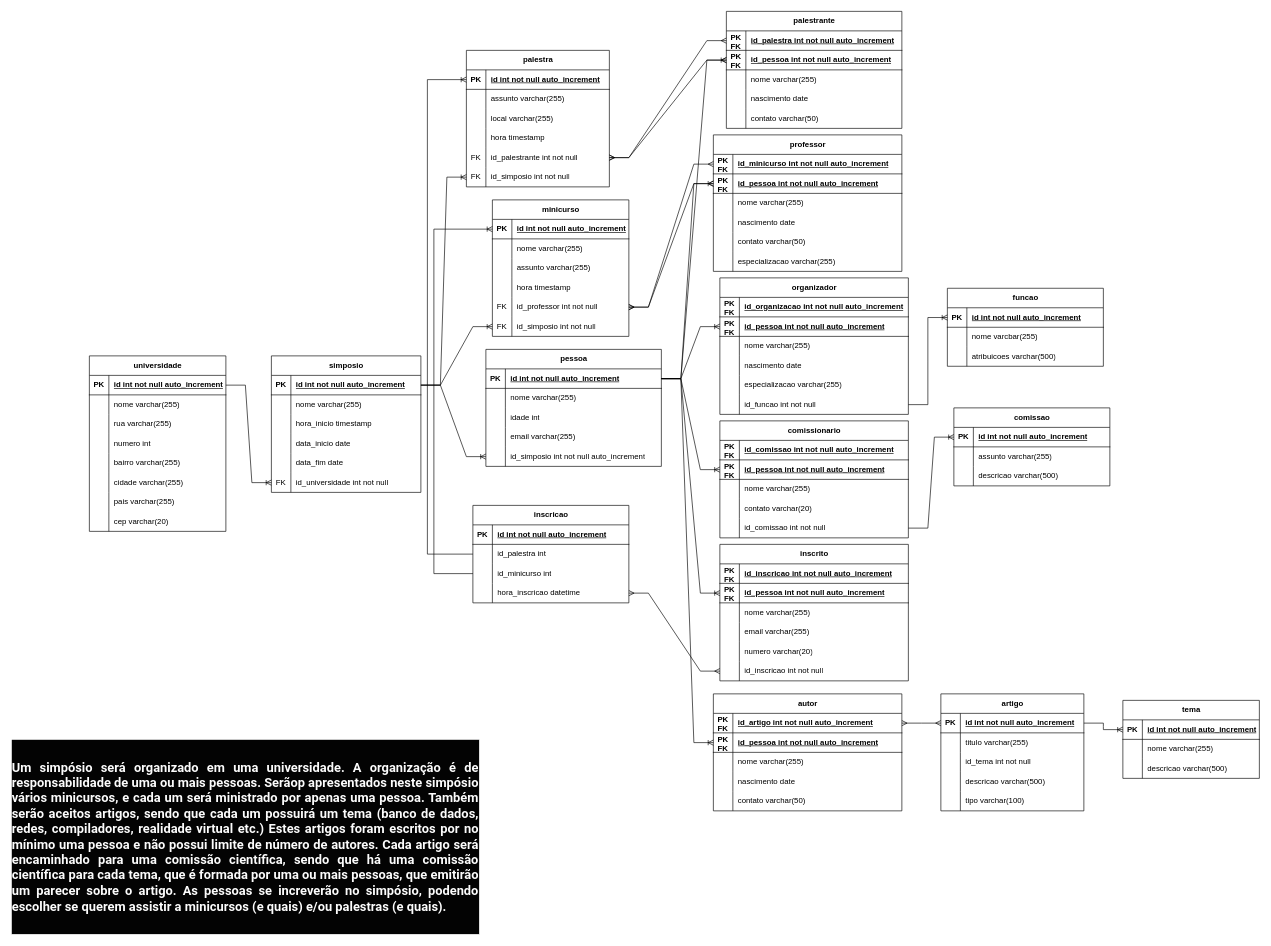
This is Diagramas/Atividades/simposio.drawio from samueldelorenzi/BancoDeDadosI, a draw.io file, before an edit. Source tidied: cells renumbered, new cells numbered last; positions are measured from the earlier drawing's top-left corner, leaving out a move shared by most shapes. Both pictures are drawn from the tidied source at 65%, with x=0, y=0 at pixel (11, 11).
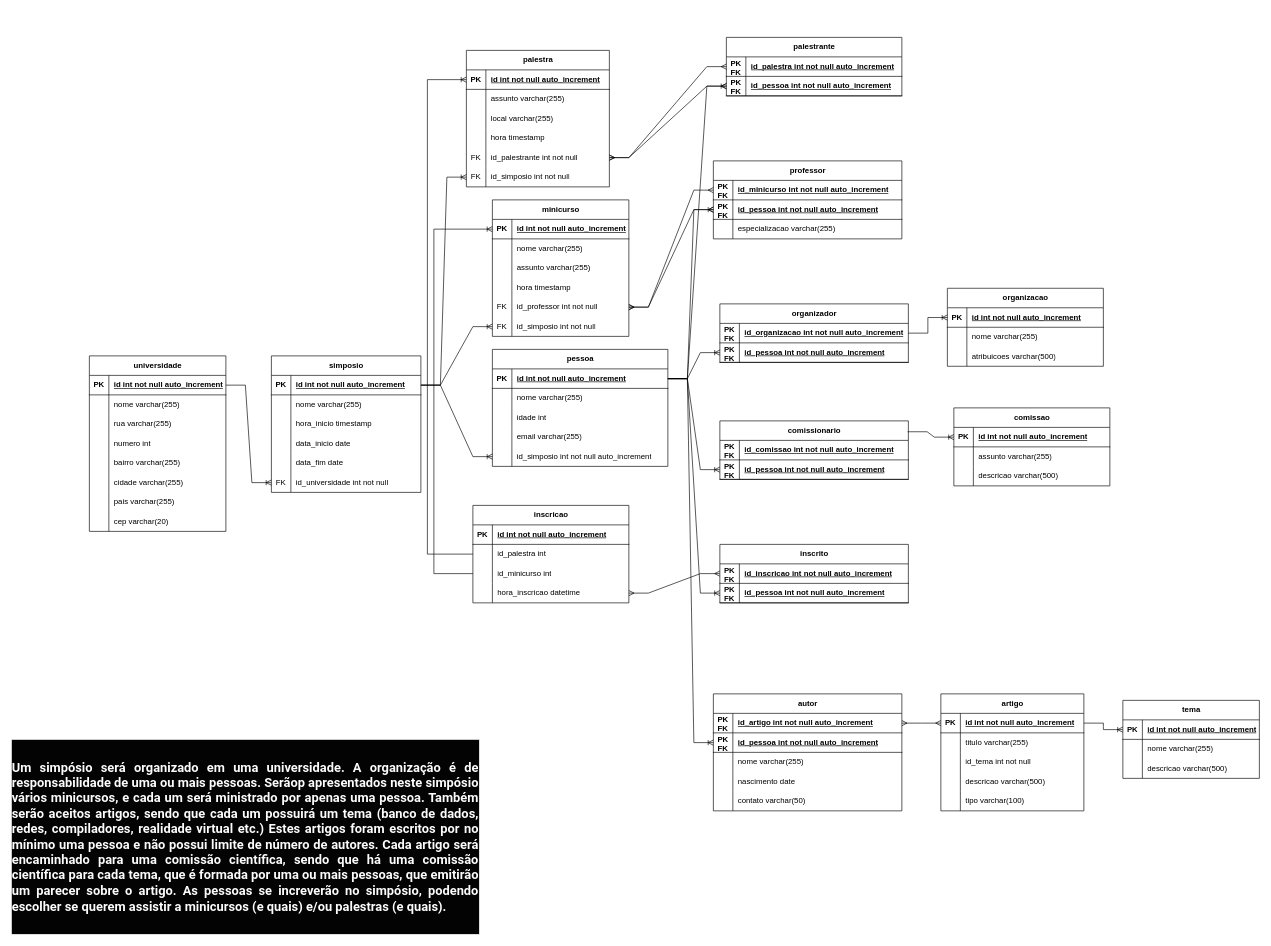
Above is the later version.

The change refers to these unchanged cells:
```xml
<mxCell id="3" style="shape=tableRow;horizontal=0;startSize=0;swimlaneHead=0;swimlaneBody=0;fillColor=none;points=[[0,0.5],[1,0.5]];portConstraint=eastwest;top=0;left=0;right=0;bottom=1;" parent="2" vertex="1">
  <mxGeometry y="30" width="240" height="30" as="geometry" />
</mxCell>
<mxCell id="105" style="shape=tableRow;horizontal=0;startSize=0;swimlaneHead=0;swimlaneBody=0;fillColor=none;points=[[0,0.5],[1,0.5]];portConstraint=eastwest;top=0;left=0;right=0;bottom=0;" parent="95" vertex="1">
  <mxGeometry y="120" width="240" height="30" as="geometry" />
</mxCell>
<mxCell id="186" style="shape=tableRow;horizontal=0;startSize=0;swimlaneHead=0;swimlaneBody=0;fillColor=none;points=[[0,0.5],[1,0.5]];portConstraint=eastwest;top=0;left=0;right=0;bottom=1;" parent="185" vertex="1">
  <mxGeometry y="30" width="290" height="30" as="geometry" />
</mxCell>
<mxCell id="221" style="shape=tableRow;horizontal=0;startSize=0;swimlaneHead=0;swimlaneBody=0;fillColor=none;points=[[0,0.5],[1,0.5]];portConstraint=eastwest;top=0;left=0;right=0;bottom=1;" parent="220" vertex="1">
  <mxGeometry y="30" width="290" height="30" as="geometry" />
</mxCell>
<mxCell id="276" style="shape=tableRow;horizontal=0;startSize=0;swimlaneHead=0;swimlaneBody=0;fillColor=none;points=[[0,0.5],[1,0.5]];portConstraint=eastwest;top=0;left=0;right=0;bottom=1;" parent="275" vertex="1">
  <mxGeometry y="30" width="240" height="30" as="geometry" />
</mxCell>
<mxCell id="279" style="shape=tableRow;horizontal=0;startSize=0;swimlaneHead=0;swimlaneBody=0;fillColor=none;top=0;left=0;right=0;bottom=0;" parent="275" vertex="1">
  <mxGeometry y="60" width="240" height="30" as="geometry" />
</mxCell>
```

Diff of the diagram source:
```diff
@@
     <mxCell id="134" value="pessoa" style="shape=table;startSize=30;childLayout=tableLayout;rowLines=0;fontStyle=1;align=center;html=1;" parent="1" vertex="1">
-      <mxGeometry x="730" y="520" width="270" height="180" as="geometry" />
+      <mxGeometry x="740" y="520" width="270" height="180" as="geometry" />
     </mxCell>
@@
     <mxCell id="150" value="palestrante" style="shape=table;startSize=30;childLayout=tableLayout;rowLines=0;fontStyle=1;align=center;html=1;" parent="1" vertex="1">
-      <mxGeometry x="1100" width="270" height="180" as="geometry" />
+      <mxGeometry x="1100" y="40" width="270" height="90" as="geometry" />
     </mxCell>
@@
-    <mxCell id="157" style="shape=tableRow;horizontal=0;startSize=0;swimlaneHead=0;swimlaneBody=0;fillColor=none;top=0;left=0;right=0;bottom=0;" parent="150" vertex="1">
-      <mxGeometry y="90" width="270" height="30" as="geometry" />
-    </mxCell>
-    <mxCell id="158" style="shape=partialRectangle;fillColor=none;top=0;left=0;bottom=0;right=0;overflow=hidden;whiteSpace=wrap;html=1;" parent="157" vertex="1">
-      <mxGeometry width="30" height="30" as="geometry" />
-    </mxCell>
-    <mxCell id="159" value="nome varchar(255)" style="shape=partialRectangle;fillColor=none;top=0;left=0;bottom=0;right=0;align=left;spacingLeft=6;overflow=hidden;whiteSpace=wrap;html=1;" parent="157" vertex="1">
-      <mxGeometry x="30" width="240" height="30" as="geometry" />
-    </mxCell>
-    <mxCell id="160" style="shape=tableRow;horizontal=0;startSize=0;swimlaneHead=0;swimlaneBody=0;fillColor=none;top=0;left=0;right=0;bottom=0;" parent="150" vertex="1">
-      <mxGeometry y="120" width="270" height="30" as="geometry" />
-    </mxCell>
-    <mxCell id="161" style="shape=partialRectangle;fillColor=none;top=0;left=0;bottom=0;right=0;overflow=hidden;whiteSpace=wrap;html=1;" parent="160" vertex="1">
-      <mxGeometry width="30" height="30" as="geometry" />
-    </mxCell>
-    <mxCell id="162" value="nascimento date" style="shape=partialRectangle;fillColor=none;top=0;left=0;bottom=0;right=0;align=left;spacingLeft=6;overflow=hidden;whiteSpace=wrap;html=1;" parent="160" vertex="1">
-      <mxGeometry x="30" width="240" height="30" as="geometry" />
-    </mxCell>
-    <mxCell id="163" style="shape=tableRow;horizontal=0;startSize=0;swimlaneHead=0;swimlaneBody=0;fillColor=none;top=0;left=0;right=0;bottom=0;" parent="150" vertex="1">
-      <mxGeometry y="150" width="270" height="30" as="geometry" />
-    </mxCell>
-    <mxCell id="164" style="shape=partialRectangle;fillColor=none;top=0;left=0;bottom=0;right=0;overflow=hidden;whiteSpace=wrap;html=1;" parent="163" vertex="1">
-      <mxGeometry width="30" height="30" as="geometry" />
-    </mxCell>
-    <mxCell id="165" value="contato varchar(50)" style="shape=partialRectangle;fillColor=none;top=0;left=0;bottom=0;right=0;align=left;spacingLeft=6;overflow=hidden;whiteSpace=wrap;html=1;" parent="163" vertex="1">
-      <mxGeometry x="30" width="240" height="30" as="geometry" />
-    </mxCell>
     <mxCell id="166" value="professor" style="shape=table;startSize=30;childLayout=tableLayout;rowLines=0;fontStyle=1;align=center;html=1;" parent="1" vertex="1">
-      <mxGeometry x="1080" y="190" width="290" height="210" as="geometry" />
+      <mxGeometry x="1080" y="230" width="290" height="120" as="geometry" />
     </mxCell>
@@
-    <mxCell id="173" style="shape=tableRow;horizontal=0;startSize=0;swimlaneHead=0;swimlaneBody=0;fillColor=none;top=0;left=0;right=0;bottom=0;" parent="166" vertex="1">
-      <mxGeometry y="90" width="290" height="30" as="geometry" />
-    </mxCell>
-    <mxCell id="174" style="shape=partialRectangle;fillColor=none;top=0;left=0;bottom=0;right=0;overflow=hidden;whiteSpace=wrap;html=1;" parent="173" vertex="1">
-      <mxGeometry width="30" height="30" as="geometry" />
-    </mxCell>
-    <mxCell id="175" value="nome varchar(255)" style="shape=partialRectangle;fillColor=none;top=0;left=0;bottom=0;right=0;align=left;spacingLeft=6;overflow=hidden;whiteSpace=wrap;html=1;" parent="173" vertex="1">
-      <mxGeometry x="30" width="260" height="30" as="geometry" />
-    </mxCell>
-    <mxCell id="176" style="shape=tableRow;horizontal=0;startSize=0;swimlaneHead=0;swimlaneBody=0;fillColor=none;top=0;left=0;right=0;bottom=0;" parent="166" vertex="1">
-      <mxGeometry y="120" width="290" height="30" as="geometry" />
-    </mxCell>
-    <mxCell id="177" style="shape=partialRectangle;fillColor=none;top=0;left=0;bottom=0;right=0;overflow=hidden;whiteSpace=wrap;html=1;" parent="176" vertex="1">
-      <mxGeometry width="30" height="30" as="geometry" />
-    </mxCell>
-    <mxCell id="178" value="nascimento date" style="shape=partialRectangle;fillColor=none;top=0;left=0;bottom=0;right=0;align=left;spacingLeft=6;overflow=hidden;whiteSpace=wrap;html=1;" parent="176" vertex="1">
-      <mxGeometry x="30" width="260" height="30" as="geometry" />
-    </mxCell>
-    <mxCell id="179" style="shape=tableRow;horizontal=0;startSize=0;swimlaneHead=0;swimlaneBody=0;fillColor=none;top=0;left=0;right=0;bottom=0;" parent="166" vertex="1">
-      <mxGeometry y="150" width="290" height="30" as="geometry" />
-    </mxCell>
-    <mxCell id="180" style="shape=partialRectangle;fillColor=none;top=0;left=0;bottom=0;right=0;overflow=hidden;whiteSpace=wrap;html=1;" parent="179" vertex="1">
-      <mxGeometry width="30" height="30" as="geometry" />
-    </mxCell>
-    <mxCell id="181" value="contato varchar(50)" style="shape=partialRectangle;fillColor=none;top=0;left=0;bottom=0;right=0;align=left;spacingLeft=6;overflow=hidden;whiteSpace=wrap;html=1;" parent="179" vertex="1">
-      <mxGeometry x="30" width="260" height="30" as="geometry" />
-    </mxCell>
     <mxCell id="182" style="shape=tableRow;horizontal=0;startSize=0;swimlaneHead=0;swimlaneBody=0;fillColor=none;top=0;left=0;right=0;bottom=0;" parent="166" vertex="1">
-      <mxGeometry y="180" width="290" height="30" as="geometry" />
+      <mxGeometry y="90" width="290" height="30" as="geometry" />
     </mxCell>
@@
     <mxCell id="185" value="inscrito" style="shape=table;startSize=30;childLayout=tableLayout;rowLines=0;fontStyle=1;align=center;html=1;" parent="1" vertex="1">
-      <mxGeometry x="1090" y="820" width="290" height="210" as="geometry" />
+      <mxGeometry x="1090" y="820" width="290" height="90" as="geometry" />
     </mxCell>
@@
-    <mxCell id="192" style="shape=tableRow;horizontal=0;startSize=0;swimlaneHead=0;swimlaneBody=0;fillColor=none;top=0;left=0;right=0;bottom=0;" parent="185" vertex="1">
-      <mxGeometry y="90" width="290" height="30" as="geometry" />
-    </mxCell>
-    <mxCell id="193" style="shape=partialRectangle;fillColor=none;top=0;left=0;bottom=0;right=0;overflow=hidden;whiteSpace=wrap;html=1;" parent="192" vertex="1">
-      <mxGeometry width="30" height="30" as="geometry" />
-    </mxCell>
-    <mxCell id="194" value="nome varchar(255)" style="shape=partialRectangle;fillColor=none;top=0;left=0;bottom=0;right=0;align=left;spacingLeft=6;overflow=hidden;whiteSpace=wrap;html=1;" parent="192" vertex="1">
-      <mxGeometry x="30" width="260" height="30" as="geometry" />
-    </mxCell>
-    <mxCell id="195" style="shape=tableRow;horizontal=0;startSize=0;swimlaneHead=0;swimlaneBody=0;fillColor=none;top=0;left=0;right=0;bottom=0;" parent="185" vertex="1">
-      <mxGeometry y="120" width="290" height="30" as="geometry" />
-    </mxCell>
-    <mxCell id="196" style="shape=partialRectangle;fillColor=none;top=0;left=0;bottom=0;right=0;overflow=hidden;whiteSpace=wrap;html=1;" parent="195" vertex="1">
-      <mxGeometry width="30" height="30" as="geometry" />
-    </mxCell>
-    <mxCell id="197" value="email varchar(255)" style="shape=partialRectangle;fillColor=none;top=0;left=0;bottom=0;right=0;align=left;spacingLeft=6;overflow=hidden;whiteSpace=wrap;html=1;" parent="195" vertex="1">
-      <mxGeometry x="30" width="260" height="30" as="geometry" />
-    </mxCell>
-    <mxCell id="198" style="shape=tableRow;horizontal=0;startSize=0;swimlaneHead=0;swimlaneBody=0;fillColor=none;top=0;left=0;right=0;bottom=0;" parent="185" vertex="1">
-      <mxGeometry y="150" width="290" height="30" as="geometry" />
-    </mxCell>
-    <mxCell id="199" style="shape=partialRectangle;fillColor=none;top=0;left=0;bottom=0;right=0;overflow=hidden;whiteSpace=wrap;html=1;" parent="198" vertex="1">
-      <mxGeometry width="30" height="30" as="geometry" />
-    </mxCell>
-    <mxCell id="200" value="numero varchar(20)" style="shape=partialRectangle;fillColor=none;top=0;left=0;bottom=0;right=0;align=left;spacingLeft=6;overflow=hidden;whiteSpace=wrap;html=1;" parent="198" vertex="1">
-      <mxGeometry x="30" width="260" height="30" as="geometry" />
-    </mxCell>
-    <mxCell id="201" style="shape=tableRow;horizontal=0;startSize=0;swimlaneHead=0;swimlaneBody=0;fillColor=none;points=[[0,0.5],[1,0.5]];portConstraint=eastwest;top=0;left=0;right=0;bottom=0;" parent="185" vertex="1">
-      <mxGeometry y="180" width="290" height="30" as="geometry" />
-    </mxCell>
-    <mxCell id="202" style="shape=partialRectangle;fillColor=none;top=0;left=0;bottom=0;right=0;overflow=hidden;whiteSpace=wrap;html=1;" parent="201" vertex="1">
-      <mxGeometry width="30" height="30" as="geometry" />
-    </mxCell>
-    <mxCell id="203" value="id_inscricao int not null" style="shape=partialRectangle;fillColor=none;top=0;left=0;bottom=0;right=0;align=left;spacingLeft=6;overflow=hidden;whiteSpace=wrap;html=1;" parent="201" vertex="1">
-      <mxGeometry x="30" width="260" height="30" as="geometry" />
-    </mxCell>
     <mxCell id="204" value="comissionario" style="shape=table;startSize=30;childLayout=tableLayout;rowLines=0;fontStyle=1;align=center;html=1;" parent="1" vertex="1">
-      <mxGeometry x="1090" y="630" width="290" height="180" as="geometry" />
+      <mxGeometry x="1090" y="630" width="290" height="90" as="geometry" />
     </mxCell>
@@
-    <mxCell id="211" style="shape=tableRow;horizontal=0;startSize=0;swimlaneHead=0;swimlaneBody=0;fillColor=none;top=0;left=0;right=0;bottom=0;" parent="204" vertex="1">
-      <mxGeometry y="90" width="290" height="30" as="geometry" />
-    </mxCell>
-    <mxCell id="212" style="shape=partialRectangle;fillColor=none;top=0;left=0;bottom=0;right=0;overflow=hidden;whiteSpace=wrap;html=1;" parent="211" vertex="1">
-      <mxGeometry width="30" height="30" as="geometry" />
-    </mxCell>
-    <mxCell id="213" value="nome varchar(255)" style="shape=partialRectangle;fillColor=none;top=0;left=0;bottom=0;right=0;align=left;spacingLeft=6;overflow=hidden;whiteSpace=wrap;html=1;" parent="211" vertex="1">
-      <mxGeometry x="30" width="260" height="30" as="geometry" />
-    </mxCell>
-    <mxCell id="214" style="shape=tableRow;horizontal=0;startSize=0;swimlaneHead=0;swimlaneBody=0;fillColor=none;top=0;left=0;right=0;bottom=0;" parent="204" vertex="1">
-      <mxGeometry y="120" width="290" height="30" as="geometry" />
-    </mxCell>
-    <mxCell id="215" style="shape=partialRectangle;fillColor=none;top=0;left=0;bottom=0;right=0;overflow=hidden;whiteSpace=wrap;html=1;" parent="214" vertex="1">
-      <mxGeometry width="30" height="30" as="geometry" />
-    </mxCell>
-    <mxCell id="216" value="contato varchar(20)" style="shape=partialRectangle;fillColor=none;top=0;left=0;bottom=0;right=0;align=left;spacingLeft=6;overflow=hidden;whiteSpace=wrap;html=1;" parent="214" vertex="1">
-      <mxGeometry x="30" width="260" height="30" as="geometry" />
-    </mxCell>
-    <mxCell id="217" style="shape=tableRow;horizontal=0;startSize=0;swimlaneHead=0;swimlaneBody=0;fillColor=none;points=[[0,0.5],[1,0.5]];portConstraint=eastwest;top=0;left=0;right=0;bottom=0;" parent="204" vertex="1">
-      <mxGeometry y="150" width="290" height="30" as="geometry" />
-    </mxCell>
-    <mxCell id="218" style="shape=partialRectangle;fillColor=none;top=0;left=0;bottom=0;right=0;overflow=hidden;whiteSpace=wrap;html=1;" parent="217" vertex="1">
-      <mxGeometry width="30" height="30" as="geometry" />
-    </mxCell>
-    <mxCell id="219" value="id_comissao int not null" style="shape=partialRectangle;fillColor=none;top=0;left=0;bottom=0;right=0;align=left;spacingLeft=6;overflow=hidden;whiteSpace=wrap;html=1;" parent="217" vertex="1">
-      <mxGeometry x="30" width="260" height="30" as="geometry" />
-    </mxCell>
     <mxCell id="220" value="organizador" style="shape=table;startSize=30;childLayout=tableLayout;rowLines=0;fontStyle=1;align=center;html=1;" parent="1" vertex="1">
-      <mxGeometry x="1090" y="410" width="290" height="210" as="geometry" />
+      <mxGeometry x="1090" y="450" width="290" height="90" as="geometry" />
     </mxCell>
@@
-    <mxCell id="227" style="shape=tableRow;horizontal=0;startSize=0;swimlaneHead=0;swimlaneBody=0;fillColor=none;top=0;left=0;right=0;bottom=0;" parent="220" vertex="1">
-      <mxGeometry y="90" width="290" height="30" as="geometry" />
-    </mxCell>
-    <mxCell id="228" style="shape=partialRectangle;fillColor=none;top=0;left=0;bottom=0;right=0;overflow=hidden;whiteSpace=wrap;html=1;" parent="227" vertex="1">
-      <mxGeometry width="30" height="30" as="geometry" />
-    </mxCell>
-    <mxCell id="229" value="nome varchar(255)" style="shape=partialRectangle;fillColor=none;top=0;left=0;bottom=0;right=0;align=left;spacingLeft=6;overflow=hidden;whiteSpace=wrap;html=1;" parent="227" vertex="1">
-      <mxGeometry x="30" width="260" height="30" as="geometry" />
-    </mxCell>
-    <mxCell id="230" style="shape=tableRow;horizontal=0;startSize=0;swimlaneHead=0;swimlaneBody=0;fillColor=none;top=0;left=0;right=0;bottom=0;" parent="220" vertex="1">
-      <mxGeometry y="120" width="290" height="30" as="geometry" />
-    </mxCell>
-    <mxCell id="231" style="shape=partialRectangle;fillColor=none;top=0;left=0;bottom=0;right=0;overflow=hidden;whiteSpace=wrap;html=1;" parent="230" vertex="1">
-      <mxGeometry width="30" height="30" as="geometry" />
-    </mxCell>
-    <mxCell id="232" value="nascimento date" style="shape=partialRectangle;fillColor=none;top=0;left=0;bottom=0;right=0;align=left;spacingLeft=6;overflow=hidden;whiteSpace=wrap;html=1;" parent="230" vertex="1">
-      <mxGeometry x="30" width="260" height="30" as="geometry" />
-    </mxCell>
-    <mxCell id="233" style="shape=tableRow;horizontal=0;startSize=0;swimlaneHead=0;swimlaneBody=0;fillColor=none;top=0;left=0;right=0;bottom=0;" parent="220" vertex="1">
-      <mxGeometry y="150" width="290" height="30" as="geometry" />
-    </mxCell>
-    <mxCell id="234" style="shape=partialRectangle;fillColor=none;top=0;left=0;bottom=0;right=0;overflow=hidden;whiteSpace=wrap;html=1;" parent="233" vertex="1">
-      <mxGeometry width="30" height="30" as="geometry" />
-    </mxCell>
-    <mxCell id="235" value="especializacao varchar(255)" style="shape=partialRectangle;fillColor=none;top=0;left=0;bottom=0;right=0;align=left;spacingLeft=6;overflow=hidden;whiteSpace=wrap;html=1;" parent="233" vertex="1">
-      <mxGeometry x="30" width="260" height="30" as="geometry" />
-    </mxCell>
-    <mxCell id="236" style="shape=tableRow;horizontal=0;startSize=0;swimlaneHead=0;swimlaneBody=0;fillColor=none;points=[[0,0.5],[1,0.5]];portConstraint=eastwest;top=0;left=0;right=0;bottom=0;" parent="220" vertex="1">
-      <mxGeometry y="180" width="290" height="30" as="geometry" />
-    </mxCell>
-    <mxCell id="237" style="shape=partialRectangle;fillColor=none;top=0;left=0;bottom=0;right=0;overflow=hidden;whiteSpace=wrap;html=1;" parent="236" vertex="1">
-      <mxGeometry width="30" height="30" as="geometry" />
-    </mxCell>
-    <mxCell id="238" value="id_funcao int not null" style="shape=partialRectangle;fillColor=none;top=0;left=0;bottom=0;right=0;align=left;spacingLeft=6;overflow=hidden;whiteSpace=wrap;html=1;" parent="236" vertex="1">
-      <mxGeometry x="30" width="260" height="30" as="geometry" />
-    </mxCell>
@@
-    <mxCell id="269" style="edgeStyle=entityRelationEdgeStyle;rounded=0;jettySize=auto;html=1;endArrow=ERoneToMany;endFill=0;" parent="1" edge="1" source="217" target="3">
+    <mxCell id="269" style="edgeStyle=entityRelationEdgeStyle;rounded=0;jettySize=auto;html=1;endArrow=ERoneToMany;endFill=0;exitX=0.996;exitY=0.186;exitDx=0;exitDy=0;exitPerimeter=0;" parent="1" edge="1" source="204" target="3">
       <mxGeometry relative="1" as="geometry" />
     </mxCell>
-    <mxCell id="270" style="edgeStyle=entityRelationEdgeStyle;fontSize=12;html=1;endArrow=ERmany;startArrow=ERmany;rounded=0;entryX=0;entryY=0.5;entryDx=0;entryDy=0;" parent="1" edge="1" source="105" target="201">
+    <mxCell id="270" style="edgeStyle=entityRelationEdgeStyle;fontSize=12;html=1;endArrow=ERmany;startArrow=ERmany;rounded=0;entryX=0;entryY=0.5;entryDx=0;entryDy=0;" parent="1" edge="1" source="105" target="186">
       <mxGeometry relative="1" as="geometry" />
     </mxCell>
@@
-    <mxCell id="275" value="funcao" style="shape=table;startSize=30;childLayout=tableLayout;rowLines=0;fontStyle=1;align=center;html=1;" parent="1" vertex="1">
+    <mxCell id="275" value="organizacao" style="shape=table;startSize=30;childLayout=tableLayout;rowLines=0;fontStyle=1;align=center;html=1;" parent="1" vertex="1">
       <mxGeometry x="1440" y="426" width="240" height="120" as="geometry" />
     </mxCell>
@@
-    <mxCell id="281" value="nome varcbar(255)" style="shape=partialRectangle;fillColor=none;top=0;left=0;bottom=0;right=0;align=left;spacingLeft=6;overflow=hidden;whiteSpace=wrap;html=1;" parent="279" vertex="1">
+    <mxCell id="281" value="nome varchar(255)" style="shape=partialRectangle;fillColor=none;top=0;left=0;bottom=0;right=0;align=left;spacingLeft=6;overflow=hidden;whiteSpace=wrap;html=1;" parent="279" vertex="1">
       <mxGeometry x="30" width="210" height="30" as="geometry" />
     </mxCell>
@@
-    <mxCell id="285" style="edgeStyle=entityRelationEdgeStyle;rounded=0;jettySize=auto;html=1;endArrow=ERoneToMany;endFill=0;exitX=1;exitY=0.5;exitDx=0;exitDy=0;entryX=0;entryY=0.5;entryDx=0;entryDy=0;" parent="1" edge="1" source="236" target="276">
+    <mxCell id="285" style="edgeStyle=entityRelationEdgeStyle;rounded=0;jettySize=auto;html=1;endArrow=ERoneToMany;endFill=0;exitX=1;exitY=0.5;exitDx=0;exitDy=0;entryX=0;entryY=0.5;entryDx=0;entryDy=0;" parent="1" edge="1" source="221" target="276">
       <mxGeometry relative="1" as="geometry" />
     </mxCell>
```
